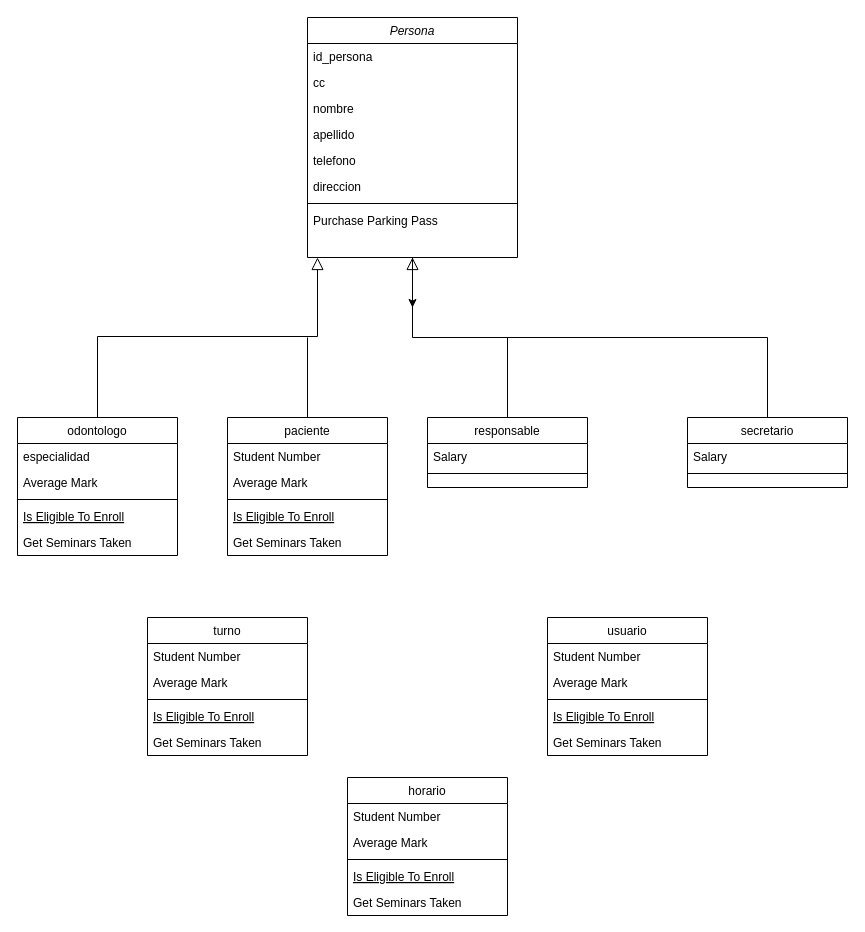
The draw.io diagram Sistema_odontologia.drawio in JuanC0097/Odontologia, before the edit. Source tidied: cells renumbered, new cells numbered last; positions are measured from the earlier drawing's top-left corner, leaving out a move shared by most shapes. Both pictures are drawn from the tidied source at 100%, with x=0, y=0 at pixel (17, 17).
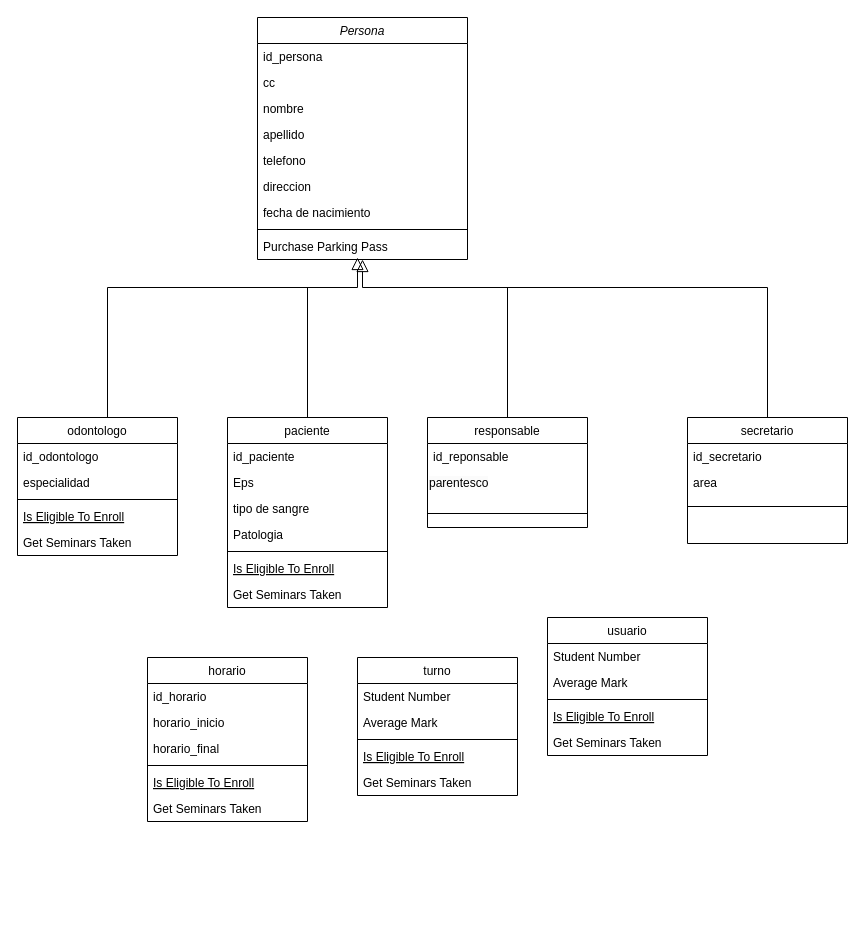
Above is the later version.

Unchanged cells that the change refers to:
```xml
<mxCell id="12" value="odontologo" style="swimlane;fontStyle=0;align=center;verticalAlign=top;horizontal=1;startSize=26;rounded=0;shadow=0;strokeWidth=1;" parent="1" vertex="1">
  <mxGeometry y="400" width="160" height="138" as="geometry" />
</mxCell>
```

Diff of the diagram source:
```diff
@@
-    <mxCell id="2" style="edgeStyle=orthogonalEdgeStyle;rounded=0;jettySize=auto;html=1;" parent="1" edge="1" source="3">
-      <mxGeometry relative="1" as="geometry">
-        <mxPoint x="395" y="290" as="targetPoint" />
-      </mxGeometry>
-    </mxCell>
     <mxCell id="3" value="Persona" style="swimlane;fontStyle=2;align=center;verticalAlign=top;horizontal=1;startSize=26;rounded=0;shadow=0;strokeWidth=1;" parent="1" vertex="1">
-      <mxGeometry x="290" width="210" height="240" as="geometry" />
+      <mxGeometry x="240" width="210" height="242" as="geometry" />
     </mxCell>
@@
+    <mxCell id="52" value="fecha de nacimiento" style="text;align=left;verticalAlign=top;spacingLeft=4;spacingRight=4;overflow=hidden;rounded=0;shadow=0;html=0;" parent="3" vertex="1">
+      <mxGeometry y="182" width="210" height="26" as="geometry" />
+    </mxCell>
     <mxCell id="10" style="line;html=1;strokeWidth=1;align=left;verticalAlign=middle;spacingTop=-1;spacingLeft=3;spacingRight=3;labelPosition=right;" parent="3" vertex="1">
-      <mxGeometry y="182" width="210" height="8" as="geometry" />
+      <mxGeometry y="208" width="210" height="8" as="geometry" />
     </mxCell>
     <mxCell id="11" value="Purchase Parking Pass" style="text;align=left;verticalAlign=top;spacingLeft=4;spacingRight=4;overflow=hidden;" parent="3" vertex="1">
-      <mxGeometry y="190" width="210" height="26" as="geometry" />
+      <mxGeometry y="216" width="210" height="26" as="geometry" />
     </mxCell>
@@
-    <mxCell id="13" value="especialidad" style="text;align=left;verticalAlign=top;spacingLeft=4;spacingRight=4;overflow=hidden;" parent="12" vertex="1">
+    <mxCell id="13" value="id_odontologo" style="text;align=left;verticalAlign=top;spacingLeft=4;spacingRight=4;overflow=hidden;" parent="12" vertex="1">
       <mxGeometry y="26" width="160" height="26" as="geometry" />
     </mxCell>
-    <mxCell id="14" value="Average Mark" style="text;align=left;verticalAlign=top;spacingLeft=4;spacingRight=4;overflow=hidden;rounded=0;shadow=0;html=0;" parent="12" vertex="1">
+    <mxCell id="14" value="especialidad" style="text;align=left;verticalAlign=top;spacingLeft=4;spacingRight=4;overflow=hidden;rounded=0;shadow=0;html=0;" parent="12" vertex="1">
       <mxGeometry y="52" width="160" height="26" as="geometry" />
     </mxCell>
@@
-    <mxCell id="18" style="endArrow=block;endSize=10;endFill=0;shadow=0;strokeWidth=1;rounded=0;edgeStyle=elbowEdgeStyle;elbow=vertical;" parent="1" edge="1" source="12" target="3">
+    <mxCell id="18" style="endArrow=block;endSize=10;endFill=0;shadow=0;strokeWidth=1;rounded=0;edgeStyle=elbowEdgeStyle;elbow=vertical;" parent="1" edge="1">
       <mxGeometry relative="1" as="geometry">
+        <mxPoint x="90" y="400" as="sourcePoint" />
+        <mxPoint x="340" y="240" as="targetPoint" />
         <Array as="points">
-          <mxPoint x="300" y="319" />
+          <mxPoint x="340" y="270" />
+          <mxPoint x="310" y="319" />
         </Array>
       </mxGeometry>
     </mxCell>
     <mxCell id="19" value="secretario" style="swimlane;fontStyle=0;align=center;verticalAlign=top;horizontal=1;startSize=26;rounded=0;shadow=0;strokeWidth=1;" parent="1" vertex="1">
-      <mxGeometry x="670" y="400" width="160" height="70" as="geometry" />
+      <mxGeometry x="670" y="400" width="160" height="126" as="geometry" />
     </mxCell>
-    <mxCell id="20" value="Salary" style="text;align=left;verticalAlign=top;spacingLeft=4;spacingRight=4;overflow=hidden;" parent="19" vertex="1">
+    <mxCell id="20" value="id_secretario" style="text;align=left;verticalAlign=top;spacingLeft=4;spacingRight=4;overflow=hidden;" parent="19" vertex="1">
       <mxGeometry y="26" width="160" height="26" as="geometry" />
     </mxCell>
+    <mxCell id="53" value="area" style="text;align=left;verticalAlign=top;spacingLeft=4;spacingRight=4;overflow=hidden;" parent="19" vertex="1">
+      <mxGeometry y="52" width="160" height="26" as="geometry" />
+    </mxCell>
     <mxCell id="21" style="line;html=1;strokeWidth=1;align=left;verticalAlign=middle;spacingTop=-1;spacingLeft=3;spacingRight=3;labelPosition=right;" parent="19" vertex="1">
-      <mxGeometry y="52" width="160" height="8" as="geometry" />
+      <mxGeometry y="78" width="160" height="22" as="geometry" />
     </mxCell>
     <mxCell id="22" style="endArrow=block;endSize=10;endFill=0;shadow=0;strokeWidth=1;rounded=0;edgeStyle=elbowEdgeStyle;elbow=vertical;" parent="1" edge="1" source="19" target="3">
-      <mxGeometry relative="1" as="geometry" />
+      <mxGeometry relative="1" as="geometry">
+        <Array as="points">
+          <mxPoint x="510" y="270" />
+        </Array>
+      </mxGeometry>
     </mxCell>
     <mxCell id="23" value="paciente" style="swimlane;fontStyle=0;align=center;verticalAlign=top;horizontal=1;startSize=26;rounded=0;shadow=0;strokeWidth=1;" parent="1" vertex="1">
-      <mxGeometry x="210" y="400" width="160" height="138" as="geometry" />
+      <mxGeometry x="210" y="400" width="160" height="190" as="geometry" />
     </mxCell>
-    <mxCell id="24" value="Student Number" style="text;align=left;verticalAlign=top;spacingLeft=4;spacingRight=4;overflow=hidden;" parent="23" vertex="1">
+    <mxCell id="24" value="id_paciente" style="text;align=left;verticalAlign=top;spacingLeft=4;spacingRight=4;overflow=hidden;" parent="23" vertex="1">
       <mxGeometry y="26" width="160" height="26" as="geometry" />
     </mxCell>
+    <mxCell id="54" value="Eps" style="text;align=left;verticalAlign=top;spacingLeft=4;spacingRight=4;overflow=hidden;" parent="23" vertex="1">
+      <mxGeometry y="52" width="160" height="26" as="geometry" />
+    </mxCell>
+    <mxCell id="55" value="tipo de sangre" style="text;align=left;verticalAlign=top;spacingLeft=4;spacingRight=4;overflow=hidden;" parent="23" vertex="1">
+      <mxGeometry y="78" width="160" height="26" as="geometry" />
+    </mxCell>
-    <mxCell id="25" value="Average Mark" style="text;align=left;verticalAlign=top;spacingLeft=4;spacingRight=4;overflow=hidden;rounded=0;shadow=0;html=0;" parent="23" vertex="1">
-      <mxGeometry y="52" width="160" height="26" as="geometry" />
+    <mxCell id="25" value="Patologia" style="text;align=left;verticalAlign=top;spacingLeft=4;spacingRight=4;overflow=hidden;rounded=0;shadow=0;html=0;" parent="23" vertex="1">
+      <mxGeometry y="104" width="160" height="26" as="geometry" />
     </mxCell>
     <mxCell id="26" style="line;html=1;strokeWidth=1;align=left;verticalAlign=middle;spacingTop=-1;spacingLeft=3;spacingRight=3;labelPosition=right;" parent="23" vertex="1">
-      <mxGeometry y="78" width="160" height="8" as="geometry" />
+      <mxGeometry y="130" width="160" height="8" as="geometry" />
     </mxCell>
     <mxCell id="27" value="Is Eligible To Enroll" style="text;align=left;verticalAlign=top;spacingLeft=4;spacingRight=4;overflow=hidden;fontStyle=4;" parent="23" vertex="1">
-      <mxGeometry y="86" width="160" height="26" as="geometry" />
+      <mxGeometry y="138" width="160" height="26" as="geometry" />
     </mxCell>
     <mxCell id="28" value="Get Seminars Taken" style="text;align=left;verticalAlign=top;spacingLeft=4;spacingRight=4;overflow=hidden;" parent="23" vertex="1">
-      <mxGeometry y="112" width="160" height="26" as="geometry" />
+      <mxGeometry y="164" width="160" height="26" as="geometry" />
     </mxCell>
     <mxCell id="29" value="responsable" style="swimlane;fontStyle=0;align=center;verticalAlign=top;horizontal=1;startSize=26;rounded=0;shadow=0;strokeWidth=1;" parent="1" vertex="1">
-      <mxGeometry x="410" y="400" width="160" height="70" as="geometry" />
+      <mxGeometry x="410" y="400" width="160" height="110" as="geometry" />
     </mxCell>
-    <mxCell id="30" value="Salary" style="text;align=left;verticalAlign=top;spacingLeft=4;spacingRight=4;overflow=hidden;" parent="29" vertex="1">
+    <mxCell id="30" value="id_reponsable" style="text;align=left;verticalAlign=top;spacingLeft=4;spacingRight=4;overflow=hidden;" parent="29" vertex="1">
       <mxGeometry y="26" width="160" height="26" as="geometry" />
     </mxCell>
+    <mxCell id="56" value="&lt;span style=&quot;color: rgb(0, 0, 0); font-family: Helvetica; font-size: 12px; font-style: normal; font-variant-ligatures: normal; font-variant-caps: normal; font-weight: 400; letter-spacing: normal; orphans: 2; text-align: left; text-indent: 0px; text-transform: none; widows: 2; word-spacing: 0px; -webkit-text-stroke-width: 0px; background-color: rgb(251, 251, 251); text-decoration-thickness: initial; text-decoration-style: initial; text-decoration-color: initial; float: none; display: inline !important;&quot;&gt;parentesco&lt;/span&gt;" style="text;whiteSpace=wrap;html=1;" parent="29" vertex="1">
+      <mxGeometry y="52" width="160" height="40" as="geometry" />
+    </mxCell>
     <mxCell id="31" style="line;html=1;strokeWidth=1;align=left;verticalAlign=middle;spacingTop=-1;spacingLeft=3;spacingRight=3;labelPosition=right;" parent="29" vertex="1">
-      <mxGeometry y="52" width="160" height="8" as="geometry" />
+      <mxGeometry y="92" width="160" height="8" as="geometry" />
     </mxCell>
     <mxCell id="32" style="endArrow=none;html=1;rounded=0;exitX=0.5;exitY=0;exitDx=0;exitDy=0;" parent="1" edge="1" source="23">
       <mxGeometry relative="1" as="geometry">
-        <mxPoint x="290" y="320" as="targetPoint" />
+        <mxPoint x="290" y="270" as="targetPoint" />
       </mxGeometry>
     </mxCell>
     <mxCell id="33" style="endArrow=none;html=1;rounded=0;exitX=0.5;exitY=0;exitDx=0;exitDy=0;" parent="1" edge="1">
       <mxGeometry relative="1" as="geometry">
         <mxPoint x="490" y="400" as="sourcePoint" />
-        <mxPoint x="490" y="320" as="targetPoint" />
+        <mxPoint x="490" y="270" as="targetPoint" />
       </mxGeometry>
     </mxCell>
     <mxCell id="34" value="turno&#10;" style="swimlane;fontStyle=0;align=center;verticalAlign=top;horizontal=1;startSize=26;rounded=0;shadow=0;strokeWidth=1;" parent="1" vertex="1">
-      <mxGeometry x="130" y="600" width="160" height="138" as="geometry" />
+      <mxGeometry x="340" y="640" width="160" height="138" as="geometry" />
     </mxCell>
@@
     <mxCell id="46" value="horario" style="swimlane;fontStyle=0;align=center;verticalAlign=top;horizontal=1;startSize=26;rounded=0;shadow=0;strokeWidth=1;" parent="1" vertex="1">
-      <mxGeometry x="330" y="760" width="160" height="138" as="geometry" />
+      <mxGeometry x="130" y="640" width="160" height="164" as="geometry" />
     </mxCell>
-    <mxCell id="47" value="Student Number" style="text;align=left;verticalAlign=top;spacingLeft=4;spacingRight=4;overflow=hidden;" parent="46" vertex="1">
+    <mxCell id="47" value="id_horario" style="text;align=left;verticalAlign=top;spacingLeft=4;spacingRight=4;overflow=hidden;" parent="46" vertex="1">
       <mxGeometry y="26" width="160" height="26" as="geometry" />
     </mxCell>
-    <mxCell id="48" value="Average Mark" style="text;align=left;verticalAlign=top;spacingLeft=4;spacingRight=4;overflow=hidden;rounded=0;shadow=0;html=0;" parent="46" vertex="1">
+    <mxCell id="48" value="horario_inicio" style="text;align=left;verticalAlign=top;spacingLeft=4;spacingRight=4;overflow=hidden;rounded=0;shadow=0;html=0;" parent="46" vertex="1">
       <mxGeometry y="52" width="160" height="26" as="geometry" />
     </mxCell>
+    <mxCell id="57" value="horario_final" style="text;align=left;verticalAlign=top;spacingLeft=4;spacingRight=4;overflow=hidden;rounded=0;shadow=0;html=0;" parent="46" vertex="1">
+      <mxGeometry y="78" width="160" height="26" as="geometry" />
+    </mxCell>
     <mxCell id="49" style="line;html=1;strokeWidth=1;align=left;verticalAlign=middle;spacingTop=-1;spacingLeft=3;spacingRight=3;labelPosition=right;" parent="46" vertex="1">
-      <mxGeometry y="78" width="160" height="8" as="geometry" />
+      <mxGeometry y="104" width="160" height="8" as="geometry" />
     </mxCell>
     <mxCell id="50" value="Is Eligible To Enroll" style="text;align=left;verticalAlign=top;spacingLeft=4;spacingRight=4;overflow=hidden;fontStyle=4;" parent="46" vertex="1">
-      <mxGeometry y="86" width="160" height="26" as="geometry" />
+      <mxGeometry y="112" width="160" height="26" as="geometry" />
     </mxCell>
     <mxCell id="51" value="Get Seminars Taken" style="text;align=left;verticalAlign=top;spacingLeft=4;spacingRight=4;overflow=hidden;" parent="46" vertex="1">
-      <mxGeometry y="112" width="160" height="26" as="geometry" />
+      <mxGeometry y="138" width="160" height="26" as="geometry" />
     </mxCell>
```
